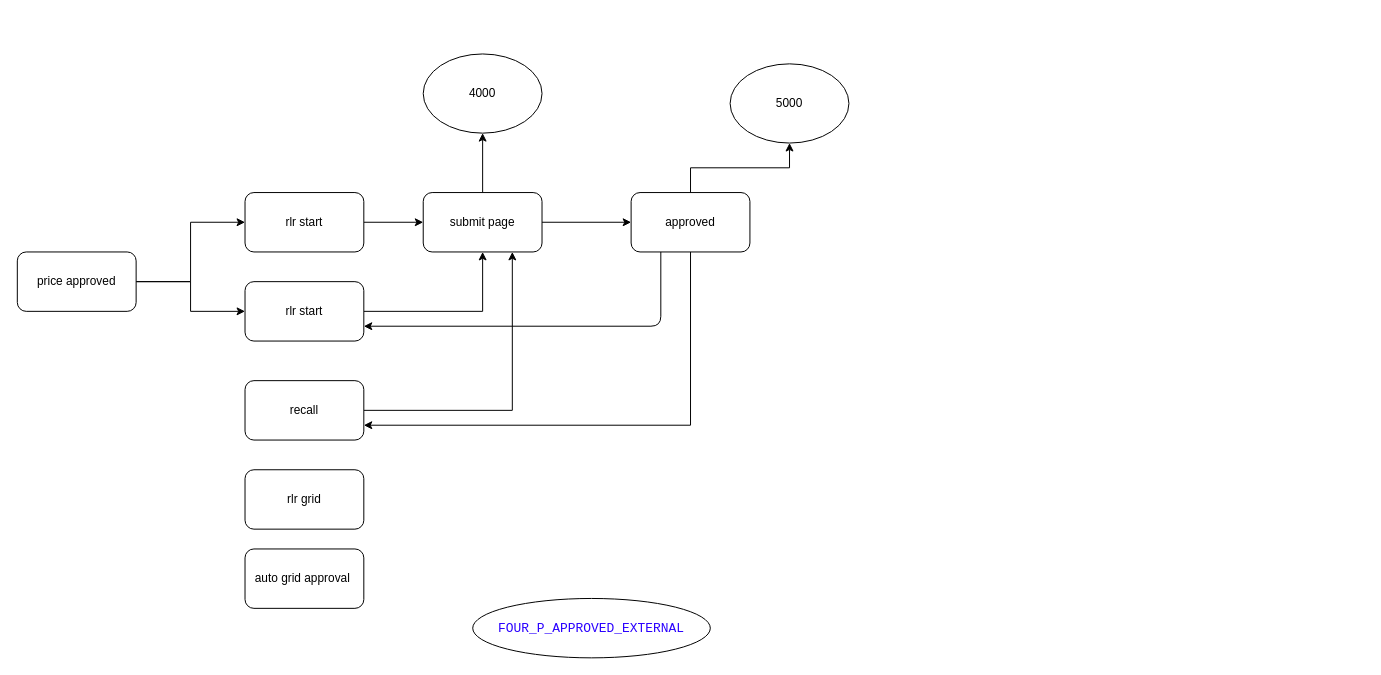
This is RLR.drawio from clearriver/draw, a draw.io file, before an edit. Source tidied: cells renumbered, new cells numbered last; positions are measured from the earlier drawing's top-left corner, leaving out a move shared by most shapes. Both pictures are drawn from the tidied source at 99%, with x=0, y=0 at pixel (17, 53).
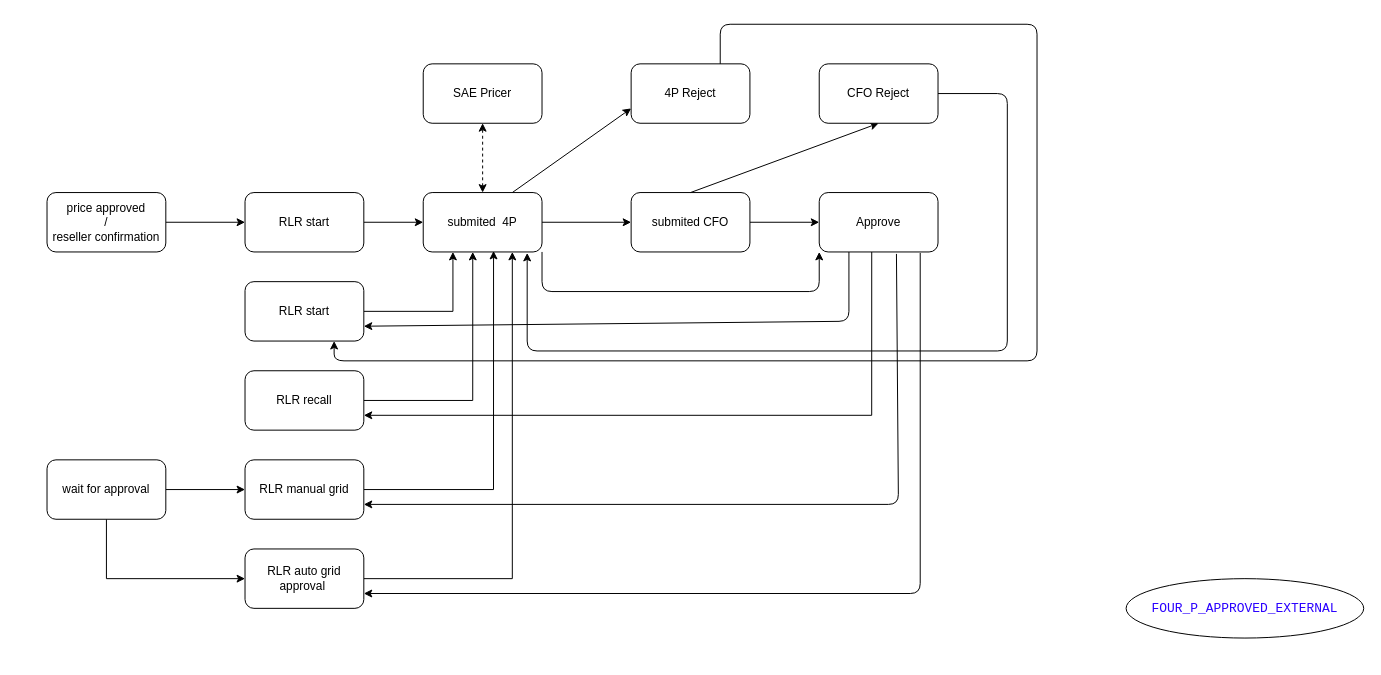
After the change.

What changed in the source:
```diff
@@
-    <mxCell id="3" style="edgeStyle=orthogonalEdgeStyle;rounded=0;jettySize=auto;html=1;entryX=0;entryY=0.5;entryDx=0;entryDy=0;" parent="1" edge="1" source="4" target="16">
-      <mxGeometry relative="1" as="geometry" />
-    </mxCell>
-    <mxCell id="4" value="price approved" style="rounded=1;whiteSpace=wrap;html=1;" parent="1" vertex="1">
-      <mxGeometry y="200" width="120" height="60" as="geometry" />
+    <mxCell id="4" value="price approved &lt;br&gt;/&lt;br&gt;reseller confirmation" style="rounded=1;whiteSpace=wrap;html=1;" parent="1" vertex="1">
+      <mxGeometry x="30" y="140" width="120" height="60" as="geometry" />
     </mxCell>
@@
-    <mxCell id="6" value="rlr start" style="rounded=1;whiteSpace=wrap;html=1;" parent="1" vertex="1">
+    <mxCell id="6" value="RLR start" style="rounded=1;whiteSpace=wrap;html=1;" parent="1" vertex="1">
       <mxGeometry x="230" y="140" width="120" height="60" as="geometry" />
     </mxCell>
@@
-    <mxCell id="8" style="edgeStyle=orthogonalEdgeStyle;rounded=0;jettySize=auto;html=1;" parent="1" edge="1" source="9" target="19">
-      <mxGeometry relative="1" as="geometry" />
-    </mxCell>
-    <mxCell id="9" value="submit page" style="rounded=1;whiteSpace=wrap;html=1;" parent="1" vertex="1">
+    <mxCell id="9" value="submited&amp;nbsp; 4P" style="rounded=1;whiteSpace=wrap;html=1;" parent="1" vertex="1">
       <mxGeometry x="410" y="140" width="120" height="60" as="geometry" />
     </mxCell>
-    <mxCell id="10" style="edgeStyle=orthogonalEdgeStyle;rounded=0;jettySize=auto;html=1;entryX=0.75;entryY=1;entryDx=0;entryDy=0;" parent="1" edge="1" source="11" target="9">
+    <mxCell id="10" style="edgeStyle=orthogonalEdgeStyle;rounded=0;jettySize=auto;html=1;entryX=0.417;entryY=1;entryDx=0;entryDy=0;entryPerimeter=0;" parent="1" edge="1" source="11" target="9">
       <mxGeometry relative="1" as="geometry" />
     </mxCell>
-    <mxCell id="11" value="recall" style="rounded=1;whiteSpace=wrap;html=1;" parent="1" vertex="1">
-      <mxGeometry x="230" y="330" width="120" height="60" as="geometry" />
+    <mxCell id="11" value="RLR recall" style="rounded=1;whiteSpace=wrap;html=1;" parent="1" vertex="1">
+      <mxGeometry x="230" y="320" width="120" height="60" as="geometry" />
     </mxCell>
-    <mxCell id="12" style="edgeStyle=orthogonalEdgeStyle;rounded=0;jettySize=auto;html=1;entryX=1;entryY=0.75;entryDx=0;entryDy=0;" parent="1" edge="1" source="14" target="11">
+    <mxCell id="12" style="edgeStyle=orthogonalEdgeStyle;rounded=0;jettySize=auto;html=1;entryX=1;entryY=0.75;entryDx=0;entryDy=0;exitX=0.442;exitY=0.983;exitDx=0;exitDy=0;exitPerimeter=0;" parent="1" edge="1" source="26" target="11">
       <mxGeometry relative="1" as="geometry">
         <Array as="points">
-          <mxPoint x="680" y="375" />
+          <mxPoint x="863" y="365" />
         </Array>
       </mxGeometry>
     </mxCell>
-    <mxCell id="13" style="edgeStyle=orthogonalEdgeStyle;rounded=0;jettySize=auto;html=1;" parent="1" edge="1" source="14" target="18">
-      <mxGeometry relative="1" as="geometry" />
-    </mxCell>
+    <mxCell id="23" style="edgeStyle=orthogonalEdgeStyle;rounded=0;jettySize=auto;html=1;entryX=0;entryY=0.5;entryDx=0;entryDy=0;" parent="1" edge="1" source="14" target="26">
+      <mxGeometry relative="1" as="geometry" />
+    </mxCell>
-    <mxCell id="14" value="approved" style="rounded=1;whiteSpace=wrap;html=1;" parent="1" vertex="1">
+    <mxCell id="14" value="submited CFO" style="rounded=1;whiteSpace=wrap;html=1;" parent="1" vertex="1">
       <mxGeometry x="620" y="140" width="120" height="60" as="geometry" />
     </mxCell>
-    <mxCell id="15" style="edgeStyle=orthogonalEdgeStyle;rounded=0;jettySize=auto;html=1;" parent="1" edge="1" source="16" target="9">
+    <mxCell id="15" style="edgeStyle=orthogonalEdgeStyle;rounded=0;jettySize=auto;html=1;entryX=0.25;entryY=1;entryDx=0;entryDy=0;" parent="1" edge="1" source="16" target="9">
       <mxGeometry relative="1" as="geometry" />
     </mxCell>
-    <mxCell id="16" value="rlr start" style="rounded=1;whiteSpace=wrap;html=1;" parent="1" vertex="1">
+    <mxCell id="16" value="RLR start" style="rounded=1;whiteSpace=wrap;html=1;" parent="1" vertex="1">
       <mxGeometry x="230" y="230" width="120" height="60" as="geometry" />
     </mxCell>
-    <mxCell id="17" style="endArrow=classic;html=1;entryX=1;entryY=0.75;entryDx=0;entryDy=0;exitX=0.25;exitY=1;exitDx=0;exitDy=0;" parent="1" edge="1" source="14" target="16">
+    <mxCell id="17" style="endArrow=classic;html=1;entryX=1;entryY=0.75;entryDx=0;entryDy=0;exitX=0.25;exitY=1;exitDx=0;exitDy=0;" parent="1" edge="1" source="26" target="16">
       <mxGeometry relative="1" as="geometry">
         <Array as="points">
-          <mxPoint x="650" y="275" />
+          <mxPoint x="840" y="270" />
         </Array>
       </mxGeometry>
     </mxCell>
-    <mxCell id="18" value="5000" style="ellipse;whiteSpace=wrap;html=1;" parent="1" vertex="1">
-      <mxGeometry x="720" y="10" width="120" height="80" as="geometry" />
-    </mxCell>
-    <mxCell id="19" value="4000" style="ellipse;whiteSpace=wrap;html=1;" parent="1" vertex="1">
-      <mxGeometry x="410" width="120" height="80" as="geometry" />
-    </mxCell>
+    <mxCell id="24" style="edgeStyle=orthogonalEdgeStyle;rounded=0;jettySize=auto;html=1;entryX=0.592;entryY=0.983;entryDx=0;entryDy=0;entryPerimeter=0;" parent="1" edge="1" source="20" target="9">
+      <mxGeometry relative="1" as="geometry" />
+    </mxCell>
-    <mxCell id="20" value="rlr grid" style="rounded=1;whiteSpace=wrap;html=1;" parent="1" vertex="1">
-      <mxGeometry x="230" y="420" width="120" height="60" as="geometry" />
+    <mxCell id="20" value="RLR manual grid" style="rounded=1;whiteSpace=wrap;html=1;" parent="1" vertex="1">
+      <mxGeometry x="230" y="410" width="120" height="60" as="geometry" />
     </mxCell>
     <mxCell id="21" value="&lt;pre style=&quot;background-color: #ffffff ; color: #000000 ; font-family: &amp;quot;jetbrains mono&amp;quot; , monospace ; font-size: 9.8pt&quot;&gt;&lt;span style=&quot;color: #2a00ff&quot;&gt;FOUR_P_APPROVED_EXTERNAL&lt;/span&gt;&lt;/pre&gt;" style="ellipse;whiteSpace=wrap;html=1;" parent="1" vertex="1">
-      <mxGeometry x="460" y="550" width="240" height="60" as="geometry" />
+      <mxGeometry x="1120" y="530" width="240" height="60" as="geometry" />
     </mxCell>
+    <mxCell id="25" style="edgeStyle=orthogonalEdgeStyle;rounded=0;jettySize=auto;html=1;entryX=0.75;entryY=1;entryDx=0;entryDy=0;" parent="1" edge="1" source="22" target="9">
+      <mxGeometry relative="1" as="geometry" />
+    </mxCell>
-    <mxCell id="22" value="auto grid approval&amp;nbsp;" style="rounded=1;whiteSpace=wrap;html=1;" parent="1" vertex="1">
+    <mxCell id="22" value="RLR auto grid approval&amp;nbsp;" style="rounded=1;whiteSpace=wrap;html=1;" parent="1" vertex="1">
       <mxGeometry x="230" y="500" width="120" height="60" as="geometry" />
     </mxCell>
+    <mxCell id="26" value="Approve" style="rounded=1;whiteSpace=wrap;html=1;" parent="1" vertex="1">
+      <mxGeometry x="810" y="140" width="120" height="60" as="geometry" />
+    </mxCell>
+    <mxCell id="27" style="endArrow=classic;html=1;entryX=1;entryY=0.75;entryDx=0;entryDy=0;exitX=0.65;exitY=1.033;exitDx=0;exitDy=0;exitPerimeter=0;" parent="1" edge="1" source="26" target="20">
+      <mxGeometry relative="1" as="geometry">
+        <Array as="points">
+          <mxPoint x="890" y="455" />
+        </Array>
+      </mxGeometry>
+    </mxCell>
+    <mxCell id="28" style="endArrow=classic;html=1;entryX=1;entryY=0.75;entryDx=0;entryDy=0;exitX=0.85;exitY=1.017;exitDx=0;exitDy=0;exitPerimeter=0;" parent="1" edge="1" source="26" target="22">
+      <mxGeometry relative="1" as="geometry">
+        <Array as="points">
+          <mxPoint x="912" y="545" />
+        </Array>
+      </mxGeometry>
+    </mxCell>
+    <mxCell id="29" value="SAE Pricer" style="rounded=1;whiteSpace=wrap;html=1;" parent="1" vertex="1">
+      <mxGeometry x="410" y="10" width="120" height="60" as="geometry" />
+    </mxCell>
+    <mxCell id="30" style="endArrow=classic;startArrow=classic;html=1;exitX=0.5;exitY=0;exitDx=0;exitDy=0;dashed=1;entryX=0.5;entryY=1;entryDx=0;entryDy=0;" parent="1" edge="1" source="9" target="29">
+      <mxGeometry relative="1" as="geometry" />
+    </mxCell>
+    <mxCell id="31" value="4P Reject" style="rounded=1;whiteSpace=wrap;html=1;" parent="1" vertex="1">
+      <mxGeometry x="620" y="10" width="120" height="60" as="geometry" />
+    </mxCell>
+    <mxCell id="32" style="endArrow=classic;html=1;exitX=0.75;exitY=0;exitDx=0;exitDy=0;entryX=0;entryY=0.75;entryDx=0;entryDy=0;" parent="1" edge="1" source="9" target="31">
+      <mxGeometry relative="1" as="geometry" />
+    </mxCell>
+    <mxCell id="33" style="endArrow=classic;html=1;exitX=0.5;exitY=0;exitDx=0;exitDy=0;entryX=0.5;entryY=1;entryDx=0;entryDy=0;" parent="1" edge="1" source="14" target="34">
+      <mxGeometry relative="1" as="geometry" />
+    </mxCell>
+    <mxCell id="34" value="CFO Reject" style="rounded=1;whiteSpace=wrap;html=1;" parent="1" vertex="1">
+      <mxGeometry x="810" y="10" width="120" height="60" as="geometry" />
+    </mxCell>
+    <mxCell id="35" style="endArrow=classic;html=1;exitX=1;exitY=0.5;exitDx=0;exitDy=0;entryX=0.875;entryY=1.017;entryDx=0;entryDy=0;entryPerimeter=0;" parent="1" edge="1" source="34" target="9">
+      <mxGeometry relative="1" as="geometry">
+        <Array as="points">
+          <mxPoint x="1000" y="40" />
+          <mxPoint x="1000" y="300" />
+          <mxPoint x="515" y="300" />
+        </Array>
+      </mxGeometry>
+    </mxCell>
+    <mxCell id="36" style="endArrow=classic;html=1;exitX=0.75;exitY=0;exitDx=0;exitDy=0;entryX=0.75;entryY=1;entryDx=0;entryDy=0;" parent="1" edge="1" source="31" target="16">
+      <mxGeometry relative="1" as="geometry">
+        <Array as="points">
+          <mxPoint x="710" y="-30" />
+          <mxPoint x="1030" y="-30" />
+          <mxPoint x="1030" y="310" />
+          <mxPoint x="320" y="310" />
+        </Array>
+      </mxGeometry>
+    </mxCell>
+    <mxCell id="37" style="edgeStyle=orthogonalEdgeStyle;rounded=0;jettySize=auto;html=1;entryX=0;entryY=0.5;entryDx=0;entryDy=0;" parent="1" edge="1" source="39" target="20">
+      <mxGeometry relative="1" as="geometry" />
+    </mxCell>
+    <mxCell id="38" style="edgeStyle=orthogonalEdgeStyle;rounded=0;jettySize=auto;html=1;entryX=0;entryY=0.5;entryDx=0;entryDy=0;" parent="1" edge="1" source="39" target="22">
+      <mxGeometry relative="1" as="geometry">
+        <Array as="points">
+          <mxPoint x="90" y="530" />
+        </Array>
+      </mxGeometry>
+    </mxCell>
+    <mxCell id="39" value="wait for approval" style="rounded=1;whiteSpace=wrap;html=1;" parent="1" vertex="1">
+      <mxGeometry x="30" y="410" width="120" height="60" as="geometry" />
+    </mxCell>
+    <mxCell id="40" style="endArrow=classic;html=1;exitX=1;exitY=1;exitDx=0;exitDy=0;entryX=0;entryY=1;entryDx=0;entryDy=0;" parent="1" edge="1" source="9" target="26">
+      <mxGeometry relative="1" as="geometry">
+        <Array as="points">
+          <mxPoint x="530" y="240" />
+          <mxPoint x="810" y="240" />
+        </Array>
+      </mxGeometry>
+    </mxCell>
```
